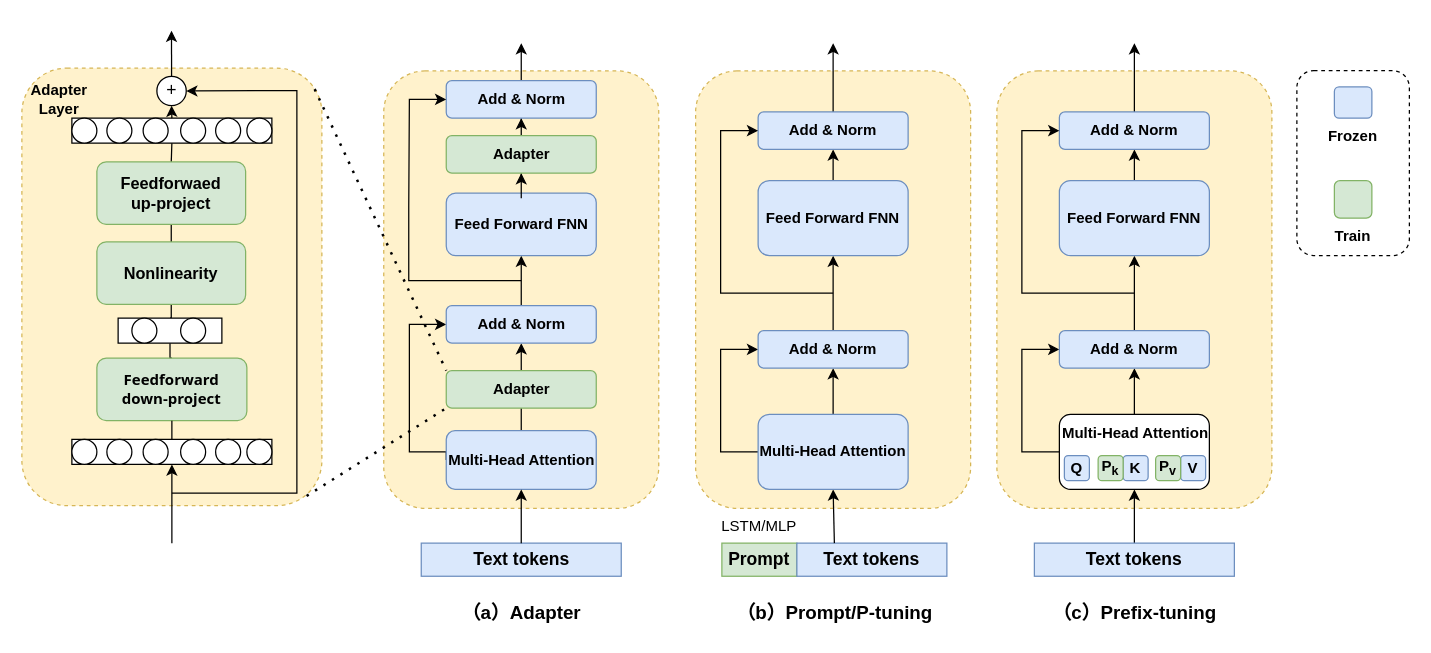
Earlier version of the draw.io diagram draw.io/预答辩.drawio (Liang-yonghui/draw). Source tidied: cells renumbered, new cells numbered last; positions are measured from the earlier drawing's top-left corner, leaving out a move shared by most shapes. Both pictures are drawn from the tidied source at 125%, with x=0, y=0 at pixel (21, 30).
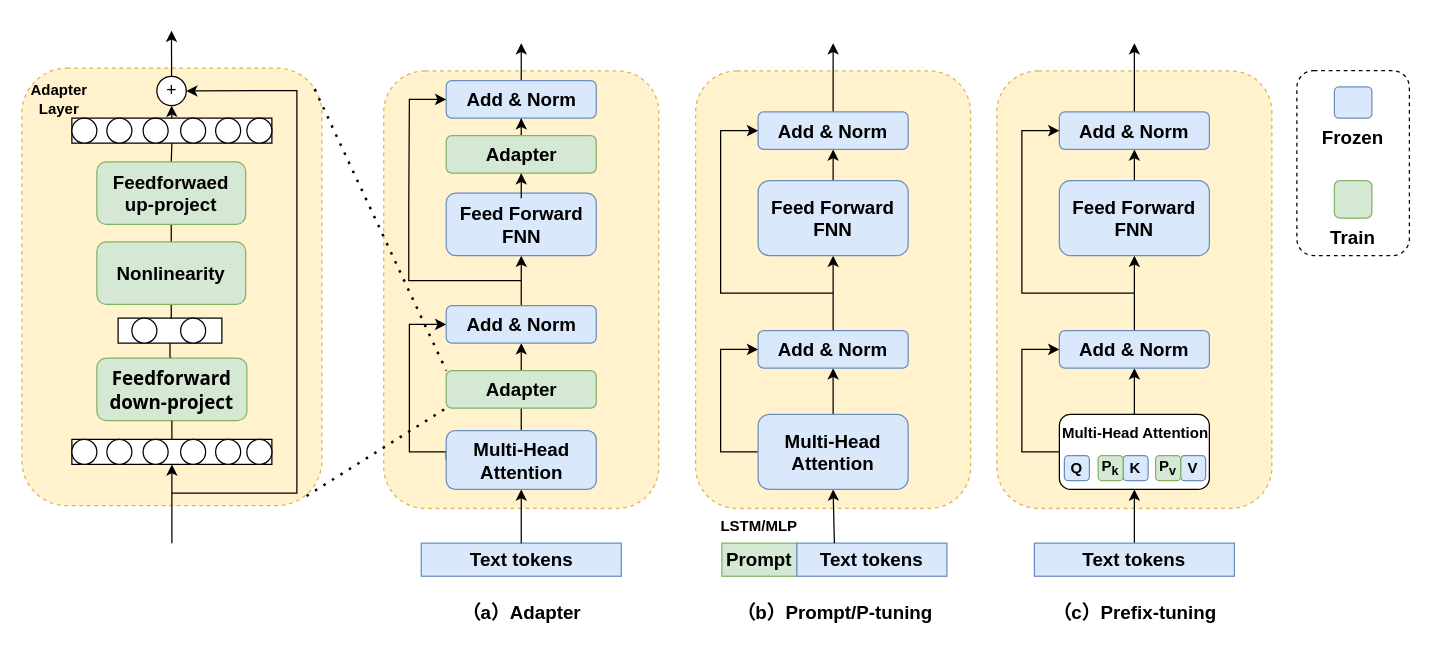
The same diagram, later.

Commit message (it also covers changes not shown here):
更新预答辩.drawio

The change refers to these unchanged cells:
```xml
<mxCell id="38" style="group;" parent="1" vertex="1">
  <mxGeometry x="560" y="410" width="180" height="26.5" as="geometry" />
</mxCell>
```

Diff of the diagram source:
```diff
@@
-    <mxCell id="4" value="&lt;b&gt;&lt;font face=&quot;Tahoma&quot;&gt;Feedforward&lt;br&gt;down-project&lt;/font&gt;&lt;/b&gt;" style="rounded=1;whiteSpace=wrap;html=1;fillColor=#d5e8d4;strokeColor=#82b366;" parent="1" vertex="1">
+    <mxCell id="4" value="&lt;b&gt;&lt;font style=&quot;font-size: 15px;&quot; face=&quot;Tahoma&quot;&gt;Feedforward&lt;br&gt;down-project&lt;/font&gt;&lt;/b&gt;" style="rounded=1;whiteSpace=wrap;html=1;fillColor=#d5e8d4;strokeColor=#82b366;" parent="1" vertex="1">
       <mxGeometry x="60" y="262" width="120" height="50" as="geometry" />
     </mxCell>
@@
-    <mxCell id="10" value="&lt;b&gt;&lt;font style=&quot;font-size: 13px;&quot;&gt;Nonlinearity&lt;/font&gt;&lt;/b&gt;" style="rounded=1;whiteSpace=wrap;html=1;fillColor=#d5e8d4;strokeColor=#82b366;" parent="1" vertex="1">
+    <mxCell id="10" value="&lt;b&gt;&lt;font style=&quot;font-size: 15px;&quot;&gt;Nonlinearity&lt;/font&gt;&lt;/b&gt;" style="rounded=1;whiteSpace=wrap;html=1;fillColor=#d5e8d4;strokeColor=#82b366;" parent="1" vertex="1">
       <mxGeometry x="60" y="169" width="119" height="50" as="geometry" />
     </mxCell>
@@
-    <mxCell id="12" value="&lt;b&gt;&lt;font style=&quot;font-size: 13px;&quot;&gt;Feedforwaed&lt;br&gt;up-project&lt;br&gt;&lt;/font&gt;&lt;/b&gt;" style="rounded=1;whiteSpace=wrap;html=1;fillColor=#d5e8d4;strokeColor=#82b366;" parent="1" vertex="1">
+    <mxCell id="12" value="&lt;b&gt;&lt;font style=&quot;&quot;&gt;&lt;font style=&quot;font-size: 15px;&quot;&gt;Feedforwaed&lt;br&gt;up-project&lt;/font&gt;&lt;br&gt;&lt;/font&gt;&lt;/b&gt;" style="rounded=1;whiteSpace=wrap;html=1;fillColor=#d5e8d4;strokeColor=#82b366;" parent="1" vertex="1">
       <mxGeometry x="60" y="105" width="119" height="50" as="geometry" />
     </mxCell>
@@
-    <mxCell id="37" value="&lt;b&gt;&lt;font style=&quot;font-size: 14px;&quot;&gt;Text tokens&lt;/font&gt;&lt;/b&gt;" style="rounded=0;whiteSpace=wrap;html=1;fillColor=#dae8fc;strokeColor=#6c8ebf;" parent="1" vertex="1">
+    <mxCell id="37" value="&lt;b&gt;&lt;font style=&quot;font-size: 15px;&quot;&gt;Text tokens&lt;/font&gt;&lt;/b&gt;" style="rounded=0;whiteSpace=wrap;html=1;fillColor=#dae8fc;strokeColor=#6c8ebf;" parent="1" vertex="1">
       <mxGeometry x="319.5" y="410" width="160" height="26.5" as="geometry" />
     </mxCell>
@@
-    <mxCell id="39" value="&lt;b&gt;&lt;font style=&quot;font-size: 14px;&quot;&gt;Prompt&lt;/font&gt;&lt;/b&gt;" style="rounded=0;whiteSpace=wrap;html=1;fillColor=#d5e8d4;strokeColor=#82b366;" parent="38" vertex="1">
+    <mxCell id="39" value="&lt;b&gt;&lt;font style=&quot;font-size: 15px;&quot;&gt;Prompt&lt;/font&gt;&lt;/b&gt;" style="rounded=0;whiteSpace=wrap;html=1;fillColor=#d5e8d4;strokeColor=#82b366;" parent="38" vertex="1">
       <mxGeometry width="60" height="26.5" as="geometry" />
     </mxCell>
-    <mxCell id="40" value="&lt;b&gt;&lt;font style=&quot;font-size: 14px;&quot;&gt;Text tokens&lt;/font&gt;&lt;/b&gt;" style="rounded=0;whiteSpace=wrap;html=1;fillColor=#dae8fc;strokeColor=#6c8ebf;" parent="38" vertex="1">
+    <mxCell id="40" value="&lt;b&gt;&lt;font style=&quot;font-size: 15px;&quot;&gt;Text tokens&lt;/font&gt;&lt;/b&gt;" style="rounded=0;whiteSpace=wrap;html=1;fillColor=#dae8fc;strokeColor=#6c8ebf;" parent="38" vertex="1">
       <mxGeometry x="60" width="120" height="26.5" as="geometry" />
     </mxCell>
@@
-    <mxCell id="45" value="&lt;b&gt;Multi-Head Attention&lt;/b&gt;" style="rounded=1;whiteSpace=wrap;html=1;fillColor=#dae8fc;strokeColor=#6c8ebf;" parent="1" vertex="1">
+    <mxCell id="45" value="&lt;b&gt;&lt;font style=&quot;font-size: 15px;&quot;&gt;Multi-Head Attention&lt;/font&gt;&lt;/b&gt;" style="rounded=1;whiteSpace=wrap;html=1;fillColor=#dae8fc;strokeColor=#6c8ebf;" parent="1" vertex="1">
       <mxGeometry x="589" y="307" width="120" height="60" as="geometry" />
     </mxCell>
@@
-    <mxCell id="47" value="&lt;b&gt;Add &amp;amp; Norm&lt;/b&gt;" style="rounded=1;whiteSpace=wrap;html=1;fillColor=#dae8fc;strokeColor=#6c8ebf;" parent="1" vertex="1">
+    <mxCell id="47" value="&lt;b&gt;&lt;font style=&quot;font-size: 15px;&quot;&gt;Add &amp;amp; Norm&lt;/font&gt;&lt;/b&gt;" style="rounded=1;whiteSpace=wrap;html=1;fillColor=#dae8fc;strokeColor=#6c8ebf;" parent="1" vertex="1">
       <mxGeometry x="589" y="240" width="120" height="30" as="geometry" />
     </mxCell>
@@
-    <mxCell id="49" value="&lt;b&gt;Feed Forward FNN&lt;/b&gt;" style="rounded=1;whiteSpace=wrap;html=1;fillColor=#dae8fc;strokeColor=#6c8ebf;" parent="1" vertex="1">
+    <mxCell id="49" value="&lt;b&gt;&lt;font style=&quot;font-size: 15px;&quot;&gt;Feed Forward FNN&lt;/font&gt;&lt;/b&gt;" style="rounded=1;whiteSpace=wrap;html=1;fillColor=#dae8fc;strokeColor=#6c8ebf;" parent="1" vertex="1">
       <mxGeometry x="589" y="120" width="120" height="60" as="geometry" />
     </mxCell>
@@
-    <mxCell id="51" value="&lt;b&gt;Add &amp;amp; Norm&lt;/b&gt;" style="rounded=1;whiteSpace=wrap;html=1;fillColor=#dae8fc;strokeColor=#6c8ebf;" parent="1" vertex="1">
+    <mxCell id="51" value="&lt;b&gt;&lt;font style=&quot;font-size: 15px;&quot;&gt;Add &amp;amp; Norm&lt;/font&gt;&lt;/b&gt;" style="rounded=1;whiteSpace=wrap;html=1;fillColor=#dae8fc;strokeColor=#6c8ebf;" parent="1" vertex="1">
       <mxGeometry x="589" y="65" width="120" height="30" as="geometry" />
     </mxCell>
@@
-    <mxCell id="53" value="LSTM/MLP" style="text;html=1;align=center;verticalAlign=middle;whiteSpace=wrap;rounded=0;" parent="1" vertex="1">
+    <mxCell id="53" value="&lt;b&gt;LSTM/MLP&lt;/b&gt;" style="text;html=1;align=center;verticalAlign=middle;whiteSpace=wrap;rounded=0;" parent="1" vertex="1">
       <mxGeometry x="560" y="382.2" width="60" height="30" as="geometry" />
     </mxCell>
@@
-    <mxCell id="55" value="&lt;b&gt;&lt;font style=&quot;font-size: 14px;&quot;&gt;Text tokens&lt;/font&gt;&lt;/b&gt;" style="rounded=0;whiteSpace=wrap;html=1;fillColor=#dae8fc;strokeColor=#6c8ebf;" parent="1" vertex="1">
+    <mxCell id="55" value="&lt;b&gt;&lt;font style=&quot;font-size: 15px;&quot;&gt;Text tokens&lt;/font&gt;&lt;/b&gt;" style="rounded=0;whiteSpace=wrap;html=1;fillColor=#dae8fc;strokeColor=#6c8ebf;" parent="1" vertex="1">
       <mxGeometry x="810" y="410" width="160" height="26.5" as="geometry" />
     </mxCell>
@@
-    <mxCell id="66" value="&lt;b&gt;Add &amp;amp; Norm&lt;/b&gt;" style="rounded=1;whiteSpace=wrap;html=1;fillColor=#dae8fc;strokeColor=#6c8ebf;" parent="1" vertex="1">
+    <mxCell id="66" value="&lt;b&gt;&lt;font style=&quot;font-size: 15px;&quot;&gt;Add &amp;amp; Norm&lt;/font&gt;&lt;/b&gt;" style="rounded=1;whiteSpace=wrap;html=1;fillColor=#dae8fc;strokeColor=#6c8ebf;" parent="1" vertex="1">
       <mxGeometry x="830" y="240" width="120" height="30" as="geometry" />
     </mxCell>
@@
-    <mxCell id="68" value="&lt;b&gt;Feed Forward FNN&lt;/b&gt;" style="rounded=1;whiteSpace=wrap;html=1;fillColor=#dae8fc;strokeColor=#6c8ebf;" parent="1" vertex="1">
+    <mxCell id="68" value="&lt;b&gt;&lt;font style=&quot;font-size: 15px;&quot;&gt;Feed Forward FNN&lt;/font&gt;&lt;/b&gt;" style="rounded=1;whiteSpace=wrap;html=1;fillColor=#dae8fc;strokeColor=#6c8ebf;" parent="1" vertex="1">
       <mxGeometry x="830" y="120" width="120" height="60" as="geometry" />
     </mxCell>
@@
-    <mxCell id="70" value="&lt;b&gt;Add &amp;amp; Norm&lt;/b&gt;" style="rounded=1;whiteSpace=wrap;html=1;fillColor=#dae8fc;strokeColor=#6c8ebf;" parent="1" vertex="1">
+    <mxCell id="70" value="&lt;b&gt;&lt;font style=&quot;font-size: 15px;&quot;&gt;Add &amp;amp; Norm&lt;/font&gt;&lt;/b&gt;" style="rounded=1;whiteSpace=wrap;html=1;fillColor=#dae8fc;strokeColor=#6c8ebf;" parent="1" vertex="1">
       <mxGeometry x="830" y="65" width="120" height="30" as="geometry" />
     </mxCell>
@@
-    <mxCell id="75" value="&lt;b&gt;Multi-Head Attention&lt;/b&gt;" style="rounded=1;whiteSpace=wrap;html=1;fillColor=#dae8fc;strokeColor=#6c8ebf;" parent="1" vertex="1">
+    <mxCell id="75" value="&lt;b&gt;&lt;font style=&quot;font-size: 15px;&quot;&gt;Multi-Head Attention&lt;/font&gt;&lt;/b&gt;" style="rounded=1;whiteSpace=wrap;html=1;fillColor=#dae8fc;strokeColor=#6c8ebf;" parent="1" vertex="1">
       <mxGeometry x="339.5" y="320" width="120" height="47" as="geometry" />
     </mxCell>
@@
-    <mxCell id="77" value="&lt;b&gt;Add &amp;amp; Norm&lt;/b&gt;" style="rounded=1;whiteSpace=wrap;html=1;fillColor=#dae8fc;strokeColor=#6c8ebf;" parent="1" vertex="1">
+    <mxCell id="77" value="&lt;b&gt;&lt;font style=&quot;font-size: 15px;&quot;&gt;Add &amp;amp; Norm&lt;/font&gt;&lt;/b&gt;" style="rounded=1;whiteSpace=wrap;html=1;fillColor=#dae8fc;strokeColor=#6c8ebf;" parent="1" vertex="1">
       <mxGeometry x="339.5" y="220" width="120" height="30" as="geometry" />
     </mxCell>
@@
-    <mxCell id="79" value="&lt;b&gt;Feed Forward FNN&lt;/b&gt;" style="rounded=1;whiteSpace=wrap;html=1;fillColor=#dae8fc;strokeColor=#6c8ebf;" parent="1" vertex="1">
+    <mxCell id="79" value="&lt;b&gt;&lt;font style=&quot;font-size: 15px;&quot;&gt;Feed Forward FNN&lt;/font&gt;&lt;/b&gt;" style="rounded=1;whiteSpace=wrap;html=1;fillColor=#dae8fc;strokeColor=#6c8ebf;" parent="1" vertex="1">
       <mxGeometry x="339.5" y="130" width="120" height="50" as="geometry" />
     </mxCell>
@@
-    <mxCell id="81" value="&lt;b&gt;Add &amp;amp; Norm&lt;/b&gt;" style="rounded=1;whiteSpace=wrap;html=1;fillColor=#dae8fc;strokeColor=#6c8ebf;" parent="1" vertex="1">
+    <mxCell id="81" value="&lt;b&gt;&lt;font style=&quot;font-size: 15px;&quot;&gt;Add &amp;amp; Norm&lt;/font&gt;&lt;/b&gt;" style="rounded=1;whiteSpace=wrap;html=1;fillColor=#dae8fc;strokeColor=#6c8ebf;" parent="1" vertex="1">
       <mxGeometry x="339.5" y="40" width="120" height="30" as="geometry" />
     </mxCell>
@@
-    <mxCell id="84" value="&lt;b&gt;Adapter&lt;/b&gt;" style="rounded=1;whiteSpace=wrap;html=1;fillColor=#d5e8d4;strokeColor=#82b366;" parent="1" vertex="1">
+    <mxCell id="84" value="&lt;b&gt;&lt;font style=&quot;font-size: 15px;&quot;&gt;Adapter&lt;/font&gt;&lt;/b&gt;" style="rounded=1;whiteSpace=wrap;html=1;fillColor=#d5e8d4;strokeColor=#82b366;" parent="1" vertex="1">
       <mxGeometry x="339.5" y="272" width="120" height="30" as="geometry" />
     </mxCell>
@@
-    <mxCell id="86" value="&lt;b&gt;Adapter&lt;/b&gt;" style="rounded=1;whiteSpace=wrap;html=1;fillColor=#d5e8d4;strokeColor=#82b366;" parent="1" vertex="1">
+    <mxCell id="86" value="&lt;b&gt;&lt;font style=&quot;font-size: 15px;&quot;&gt;Adapter&lt;/font&gt;&lt;/b&gt;" style="rounded=1;whiteSpace=wrap;html=1;fillColor=#d5e8d4;strokeColor=#82b366;" parent="1" vertex="1">
       <mxGeometry x="339.5" y="84" width="120" height="30" as="geometry" />
     </mxCell>
@@
-    <mxCell id="92" value="&lt;b&gt;Frozen&lt;/b&gt;" style="text;html=1;align=center;verticalAlign=middle;whiteSpace=wrap;rounded=0;" parent="1" vertex="1">
+    <mxCell id="92" value="&lt;b&gt;&lt;font style=&quot;font-size: 15px;&quot;&gt;Frozen&lt;/font&gt;&lt;/b&gt;" style="text;html=1;align=center;verticalAlign=middle;whiteSpace=wrap;rounded=0;" parent="1" vertex="1">
       <mxGeometry x="1035" y="70" width="60" height="30" as="geometry" />
     </mxCell>
-    <mxCell id="93" value="&lt;b&gt;Train&lt;/b&gt;" style="text;html=1;align=center;verticalAlign=middle;whiteSpace=wrap;rounded=0;" parent="1" vertex="1">
+    <mxCell id="93" value="&lt;b&gt;&lt;font style=&quot;font-size: 15px;&quot;&gt;Train&lt;/font&gt;&lt;/b&gt;" style="text;html=1;align=center;verticalAlign=middle;whiteSpace=wrap;rounded=0;" parent="1" vertex="1">
       <mxGeometry x="1035" y="150" width="60" height="30" as="geometry" />
     </mxCell>
```
